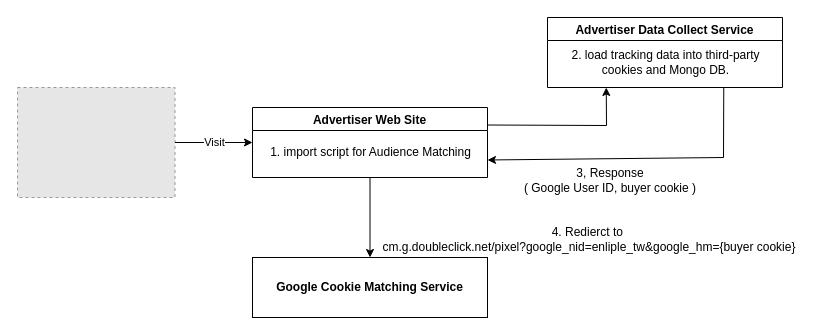
Before: Google Cookie Matching.drawio in BaekSeungJo/Diagram, a draw.io diagram. Source tidied: cells renumbered, new cells numbered last; positions are measured from the earlier drawing's top-left corner, leaving out a move shared by most shapes. Both pictures are drawn from the tidied source at 100%, with x=0, y=0 at pixel (17, 17). Pictures stored in the file or linked from it are replaced by grey dashed boxes.
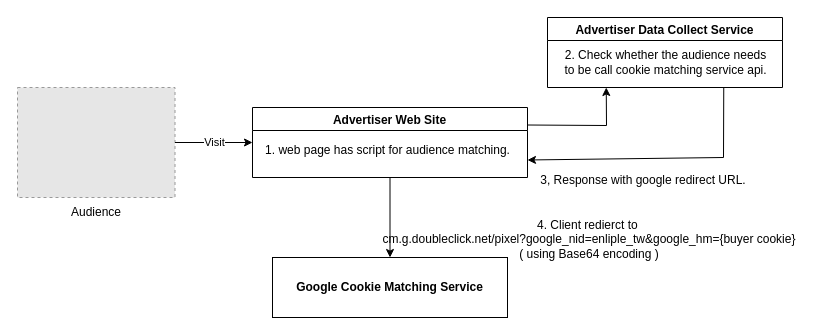
The same page after the edit.

Diff of the diagram source:
```diff
@@
 <mxGraphModel>
   <root>
     <mxCell id="0" />
     <mxCell id="1" parent="0" />
     <mxCell id="2" style="fillColor=#E6E6E6;strokeColor=#999999;dashed=1;verticalLabelPosition=bottom;labelBackgroundColor=default;verticalAlign=top;" parent="1" vertex="1">
       <mxGeometry y="70" width="157.5" height="110" as="geometry" />
     </mxCell>
     <mxCell id="3" value="Advertiser Web Site" style="swimlane;" parent="1" vertex="1">
-      <mxGeometry x="235" y="90" width="235" height="70" as="geometry" />
+      <mxGeometry x="235" y="90" width="275" height="70" as="geometry" />
     </mxCell>
-    <mxCell id="4" value="1. import script for Audience Matching" style="text;html=1;align=center;verticalAlign=middle;strokeColor=none;fillColor=none;" parent="3" vertex="1">
-      <mxGeometry x="7.5" y="30" width="220" height="30" as="geometry" />
+    <mxCell id="4" value="1. web page has script for audience matching." style="text;html=1;align=center;verticalAlign=middle;strokeColor=none;fillColor=none;" parent="3" vertex="1">
+      <mxGeometry y="28" width="270" height="30" as="geometry" />
     </mxCell>
     <mxCell id="5" value="Visit" style="endArrow=classic;html=1;rounded=0;entryX=0;entryY=0.5;entryDx=0;entryDy=0;" parent="1" edge="1" source="2" target="3">
       <mxGeometry relative="1" as="geometry" />
     </mxCell>
     <mxCell id="6" value="Advertiser Data Collect Service" style="swimlane;" parent="1" vertex="1">
       <mxGeometry x="530" width="235" height="70" as="geometry" />
     </mxCell>
-    <mxCell id="7" value="2. load tracking data into third-party&lt;br&gt;cookies and Mongo DB." style="text;html=1;align=center;verticalAlign=middle;strokeColor=none;fillColor=none;" parent="6" vertex="1">
-      <mxGeometry x="12.5" y="25" width="210" height="40" as="geometry" />
+    <mxCell id="7" value="2. Check whether the audience needs&lt;br&gt;to be call cookie matching service api." style="text;html=1;align=center;verticalAlign=middle;strokeColor=none;fillColor=none;" parent="6" vertex="1">
+      <mxGeometry x="2.5" y="25" width="230" height="40" as="geometry" />
     </mxCell>
     <mxCell id="8" style="endArrow=classic;html=1;rounded=0;exitX=1;exitY=0.25;exitDx=0;exitDy=0;entryX=0.25;entryY=1;entryDx=0;entryDy=0;" parent="1" edge="1" source="3" target="6">
       <mxGeometry relative="1" as="geometry">
         <Array as="points">
           <mxPoint x="589" y="108" />
         </Array>
       </mxGeometry>
     </mxCell>
     <mxCell id="9" style="endArrow=classic;html=1;rounded=0;exitX=0.75;exitY=1;exitDx=0;exitDy=0;entryX=1;entryY=0.75;entryDx=0;entryDy=0;" parent="1" edge="1" source="6" target="3">
       <mxGeometry relative="1" as="geometry">
         <Array as="points">
           <mxPoint x="706" y="140" />
         </Array>
       </mxGeometry>
     </mxCell>
-    <mxCell id="10" value="3, Response &lt;br&gt;( Google User ID, buyer cookie )" style="text;html=1;strokeColor=none;fillColor=none;align=center;verticalAlign=middle;whiteSpace=wrap;rounded=0;" parent="1" vertex="1">
-      <mxGeometry x="488" y="148" width="210" height="30" as="geometry" />
+    <mxCell id="10" value="3, Response with google redirect URL." style="text;html=1;strokeColor=none;fillColor=none;align=center;verticalAlign=middle;whiteSpace=wrap;rounded=0;" parent="1" vertex="1">
+      <mxGeometry x="521" y="148" width="210" height="30" as="geometry" />
     </mxCell>
     <mxCell id="11" style="endArrow=classic;html=1;rounded=0;exitX=0.5;exitY=1;exitDx=0;exitDy=0;entryX=0.5;entryY=0;entryDx=0;entryDy=0;" parent="1" edge="1" source="3" target="12">
       <mxGeometry relative="1" as="geometry" />
     </mxCell>
     <mxCell id="12" value="&lt;b&gt;Google Cookie Matching Service&lt;/b&gt;" style="rounded=0;whiteSpace=wrap;html=1;" parent="1" vertex="1">
-      <mxGeometry x="235" y="240" width="235" height="60" as="geometry" />
+      <mxGeometry x="255" y="240" width="235" height="60" as="geometry" />
     </mxCell>
-    <mxCell id="13" value="4. Redierct to&amp;nbsp;&lt;br&gt;cm.g.doubleclick.net/pixel?google_nid=enliple_tw&amp;amp;google_hm={buyer cookie}" style="text;html=1;strokeColor=none;fillColor=none;align=center;verticalAlign=middle;whiteSpace=wrap;rounded=0;" parent="1" vertex="1">
+    <mxCell id="13" value="4. Client redierct to&amp;nbsp;&lt;br&gt;cm.g.doubleclick.net/pixel?google_nid=enliple_tw&amp;amp;google_hm={buyer cookie}&lt;br&gt;( using Base64 encoding )" style="text;html=1;strokeColor=none;fillColor=none;align=center;verticalAlign=middle;whiteSpace=wrap;rounded=0;" parent="1" vertex="1">
       <mxGeometry x="354" y="207" width="436" height="30" as="geometry" />
     </mxCell>
+    <mxCell id="14" value="Audience" style="text;html=1;strokeColor=none;fillColor=none;align=center;verticalAlign=middle;whiteSpace=wrap;rounded=0;" parent="1" vertex="1">
+      <mxGeometry x="48.8" y="180" width="60" height="30" as="geometry" />
+    </mxCell>
   </root>
 </mxGraphModel>
```
